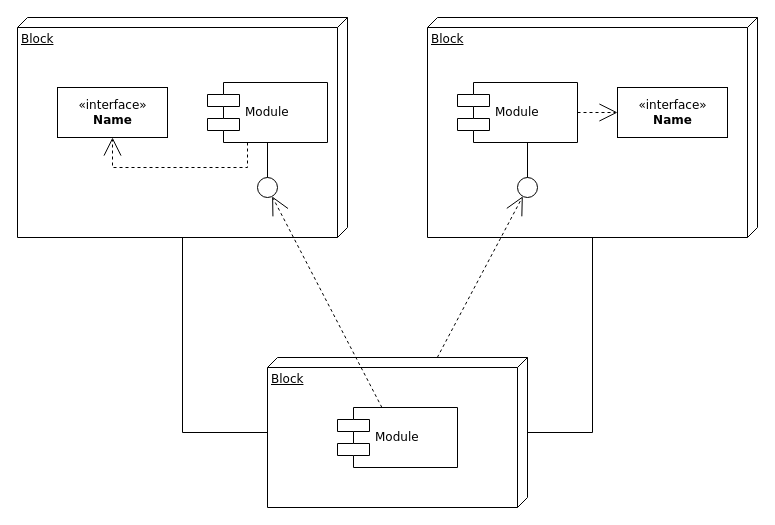
This is cloud-metric-rust设计.drawio from plko345/FlowChart, a draw.io file, before an edit. Source tidied: cells renumbered, new cells numbered last; positions are measured from the earlier drawing's top-left corner, leaving out a move shared by most shapes. Both pictures are drawn from the tidied source at 100%, with x=0, y=0 at pixel (17, 17).
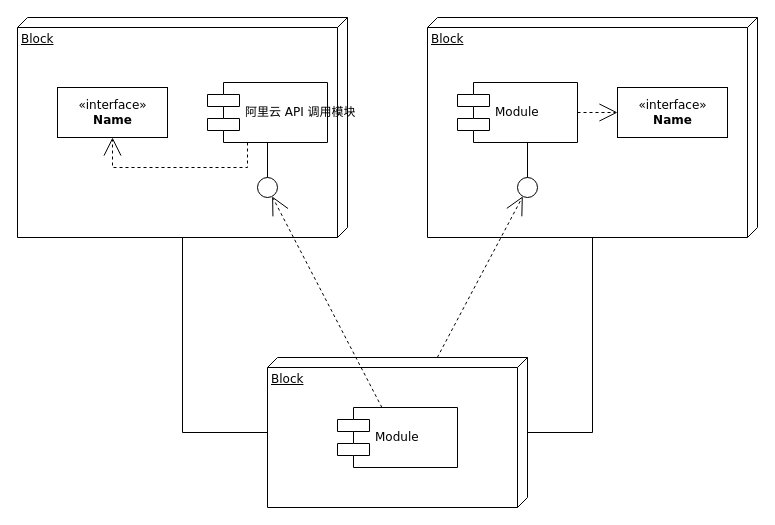
The same page after the edit.

Diff of the diagram source:
```diff
@@
-    <mxCell id="6" value="Module" style="shape=component;align=left;spacingLeft=36;rounded=0;shadow=0;comic=0;labelBackgroundColor=none;strokeWidth=1;fontFamily=Verdana;fontSize=12;html=1;" parent="1" vertex="1">
+    <mxCell id="6" value="阿里云 API 调用模块" style="shape=component;align=left;spacingLeft=36;rounded=0;shadow=0;comic=0;labelBackgroundColor=none;strokeWidth=1;fontFamily=Verdana;fontSize=12;html=1;" parent="1" vertex="1">
       <mxGeometry x="190" y="65" width="120" height="60" as="geometry" />
     </mxCell>
```
